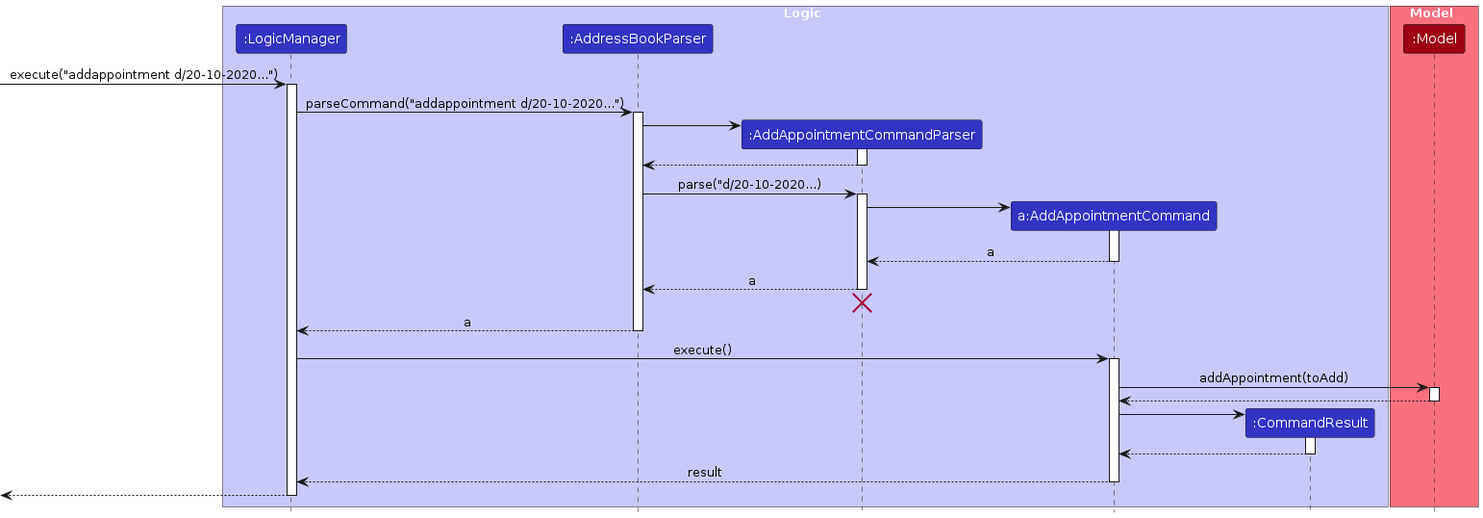
The PlantUML diagram diagrams/AddAppointmentSequenceDiagram.png in ryanongwx/tp, before a commit. Its source is kept beside it as diagrams/AddAppointmentSequenceDiagram.puml. The source it was exported from:
```plantuml
@startuml
!include style.puml
skinparam ArrowFontStyle plain

box Logic LOGIC_COLOR_T1
participant ":LogicManager" as LogicManager LOGIC_COLOR
participant ":AddressBookParser" as AddressBookParser LOGIC_COLOR
participant ":AddAppointmentCommandParser" as AddAppointmentCommandParser LOGIC_COLOR
participant "a:AddAppointmentCommand" as AddAppointmentCommand LOGIC_COLOR
participant ":CommandResult" as CommandResult LOGIC_COLOR
end box

box Model MODEL_COLOR_T1
participant ":Model" as Model MODEL_COLOR
end box

[-> LogicManager : execute("addappointment d/20-10-2020...")
activate LogicManager

LogicManager -> AddressBookParser : parseCommand("addappointment d/20-10-2020...")
activate AddressBookParser

create AddAppointmentCommandParser
AddressBookParser -> AddAppointmentCommandParser
activate AddAppointmentCommandParser

AddAppointmentCommandParser --> AddressBookParser
deactivate AddAppointmentCommandParser

AddressBookParser -> AddAppointmentCommandParser : parse("d/20-10-2020...)
activate AddAppointmentCommandParser

create AddAppointmentCommand
AddAppointmentCommandParser -> AddAppointmentCommand
activate AddAppointmentCommand

AddAppointmentCommand --> AddAppointmentCommandParser : a
deactivate AddAppointmentCommand

AddAppointmentCommandParser --> AddressBookParser : a
deactivate AddAppointmentCommandParser
AddAppointmentCommandParser -[hidden]-> AddressBookParser
destroy AddAppointmentCommandParser

AddressBookParser --> LogicManager : a
deactivate AddressBookParser

LogicManager -> AddAppointmentCommand : execute()
activate AddAppointmentCommand

AddAppointmentCommand -> Model : addAppointment(toAdd)
activate Model

Model --> AddAppointmentCommand
deactivate Model

create CommandResult
AddAppointmentCommand -> CommandResult
activate CommandResult

CommandResult --> AddAppointmentCommand
deactivate CommandResult

AddAppointmentCommand --> LogicManager : result
deactivate AddAppointmentCommand

[<--LogicManager
deactivate LogicManager
@enduml
```
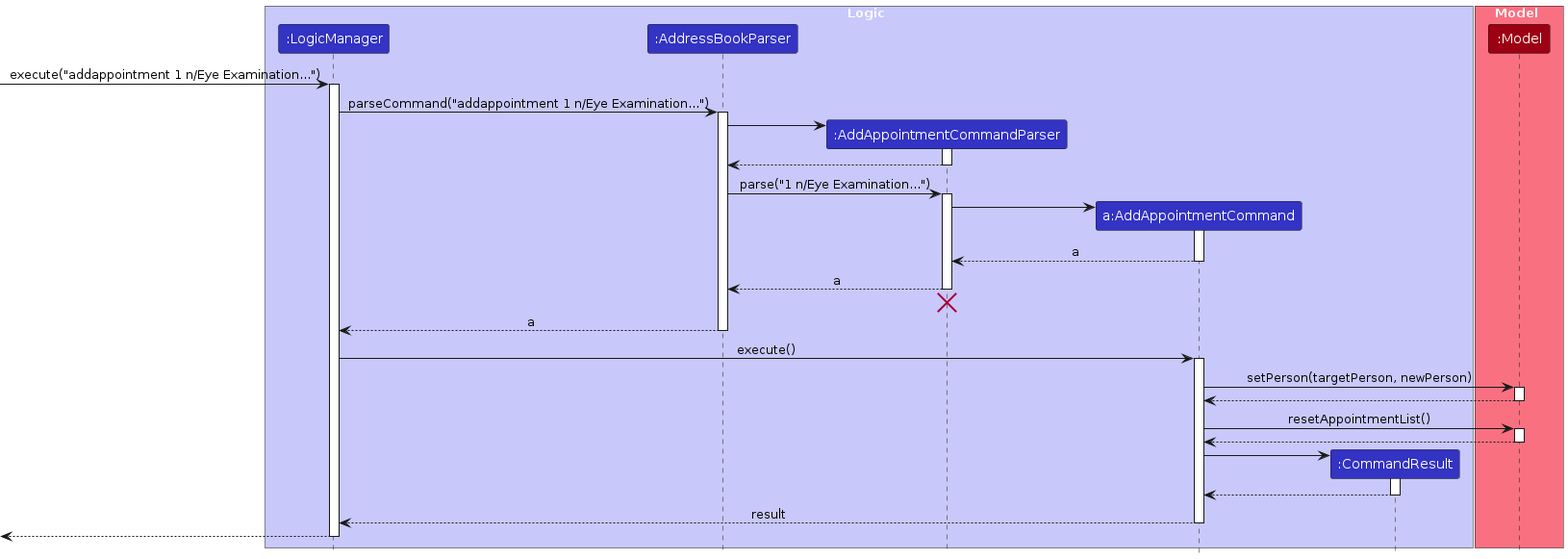
After the commit.

Diff of the diagram source:
```diff
@@ -14,10 +14,10 @@
 participant ":Model" as Model MODEL_COLOR
 end box
 
-[-> LogicManager : execute("addappointment d/20-10-2020...")
+[-> LogicManager : execute("addappointment 1 n/Eye Examination...")
 activate LogicManager
 
-LogicManager -> AddressBookParser : parseCommand("addappointment d/20-10-2020...")
+LogicManager -> AddressBookParser : parseCommand("addappointment 1 n/Eye Examination...")
 activate AddressBookParser
 
 create AddAppointmentCommandParser
@@ -27,7 +27,7 @@
 AddAppointmentCommandParser --> AddressBookParser
 deactivate AddAppointmentCommandParser
 
-AddressBookParser -> AddAppointmentCommandParser : parse("d/20-10-2020...)
+AddressBookParser -> AddAppointmentCommandParser : parse("1 n/Eye Examination...")
 activate AddAppointmentCommandParser
 
 create AddAppointmentCommand
@@ -48,7 +48,13 @@
 LogicManager -> AddAppointmentCommand : execute()
 activate AddAppointmentCommand
 
-AddAppointmentCommand -> Model : addAppointment(toAdd)
+AddAppointmentCommand -> Model : setPerson(targetPerson, newPerson)
+activate Model
+
+Model --> AddAppointmentCommand
+deactivate Model
+
+AddAppointmentCommand -> Model : resetAppointmentList()
 activate Model
 
 Model --> AddAppointmentCommand
```
